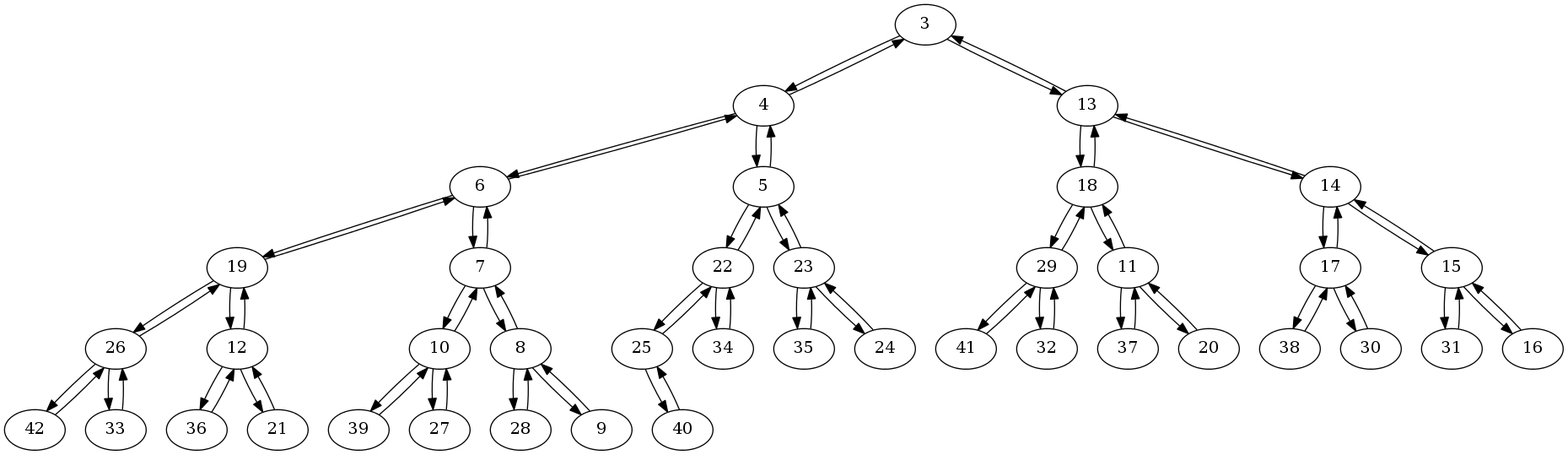
The Graphviz diagram project1/graph.png in madsravn/datastructures, before a commit. Its source is kept beside it as project1/graph.dot.
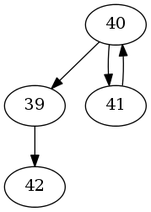
Later version of the same file.

What changed in the source:
```diff
@@ -1,82 +1,8 @@
 digraph G {
 
-3 -> 4
-4 -> 6
-6 -> 19
-19 -> 26
-26 -> 42
-42 -> 26
-26 -> 33
-33 -> 26
-26 -> 19
-19 -> 12
-12 -> 36
-36 -> 12
-12 -> 21
-21 -> 12
-12 -> 19
-19 -> 6
-6 -> 7
-7 -> 10
-10 -> 39
-39 -> 10
-10 -> 27
-27 -> 10
-10 -> 7
-7 -> 8
-8 -> 28
-28 -> 8
-8 -> 9
-9 -> 8
-8 -> 7
-7 -> 6
-6 -> 4
-4 -> 5
-5 -> 22
-22 -> 25
-25 -> 40
-40 -> 25
-25 -> 22
-22 -> 34
-34 -> 22
-22 -> 5
-5 -> 23
-23 -> 35
-35 -> 23
-23 -> 24
-24 -> 23
-23 -> 5
-5 -> 4
-4 -> 3
-3 -> 13
-13 -> 18
-18 -> 29
-29 -> 41
-41 -> 29
-29 -> 32
-32 -> 29
-29 -> 18
-18 -> 11
-11 -> 37
-37 -> 11
-11 -> 20
-20 -> 11
-11 -> 18
-18 -> 13
-13 -> 14
-14 -> 17
-17 -> 38
-38 -> 17
-17 -> 30
-30 -> 17
-17 -> 14
-14 -> 15
-15 -> 31
-31 -> 15
-15 -> 16
-16 -> 15
-15 -> 14
-14 -> 13
-13 -> 3
+40 -> 39
+39 -> 42
+40 -> 41
+41 -> 40
 
 }
```
